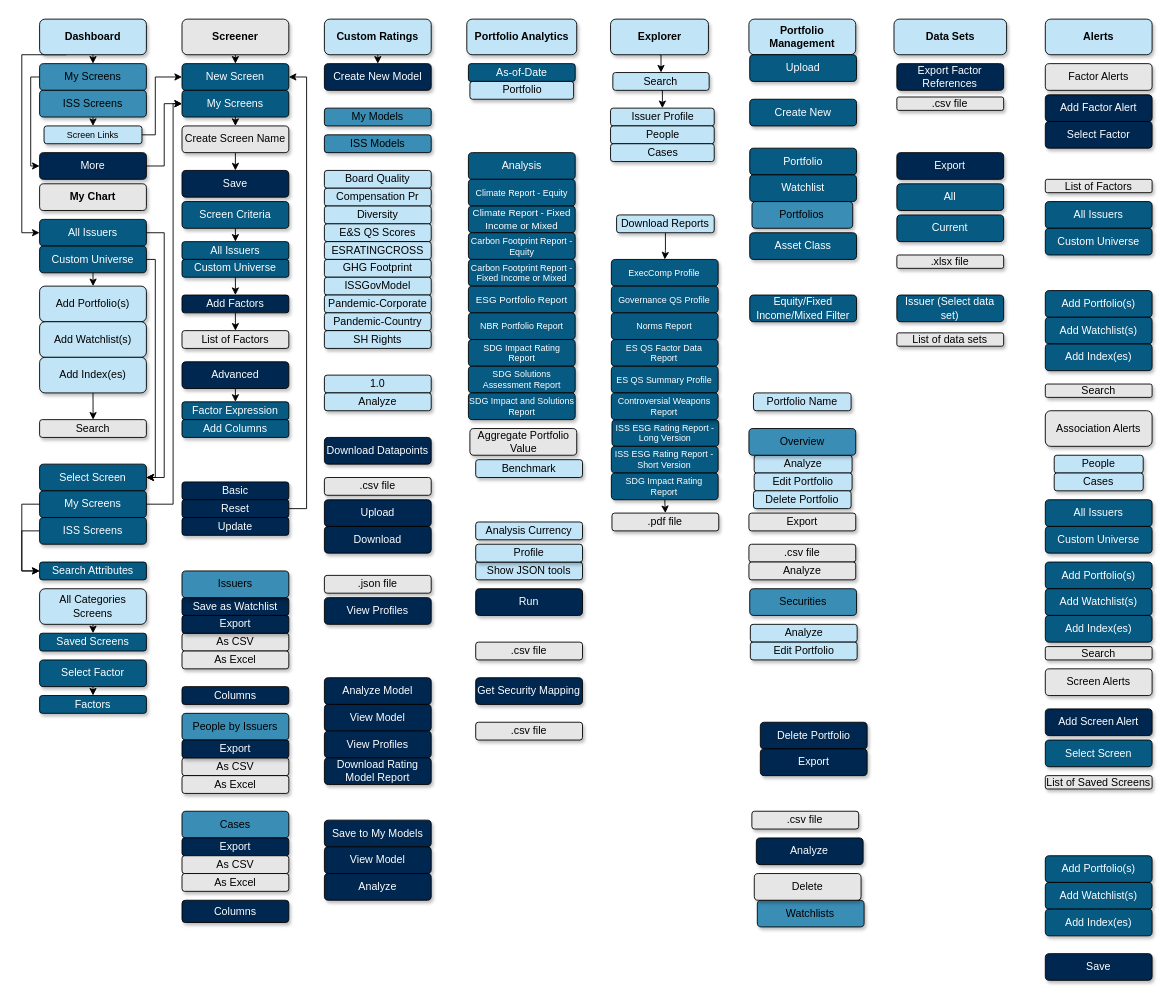
Above: DD_ObsoleteMetadata/DataDeskSitemap.drawio in slingshotdancu/slingshotdancu.github.io (draw.io), before the change. Source tidied: cells renumbered, new cells numbered last; positions are measured from the earlier drawing's top-left corner, leaving out a move shared by most shapes. Both pictures are drawn from the tidied source at 89%, with x=0, y=0 at pixel (21, 19).
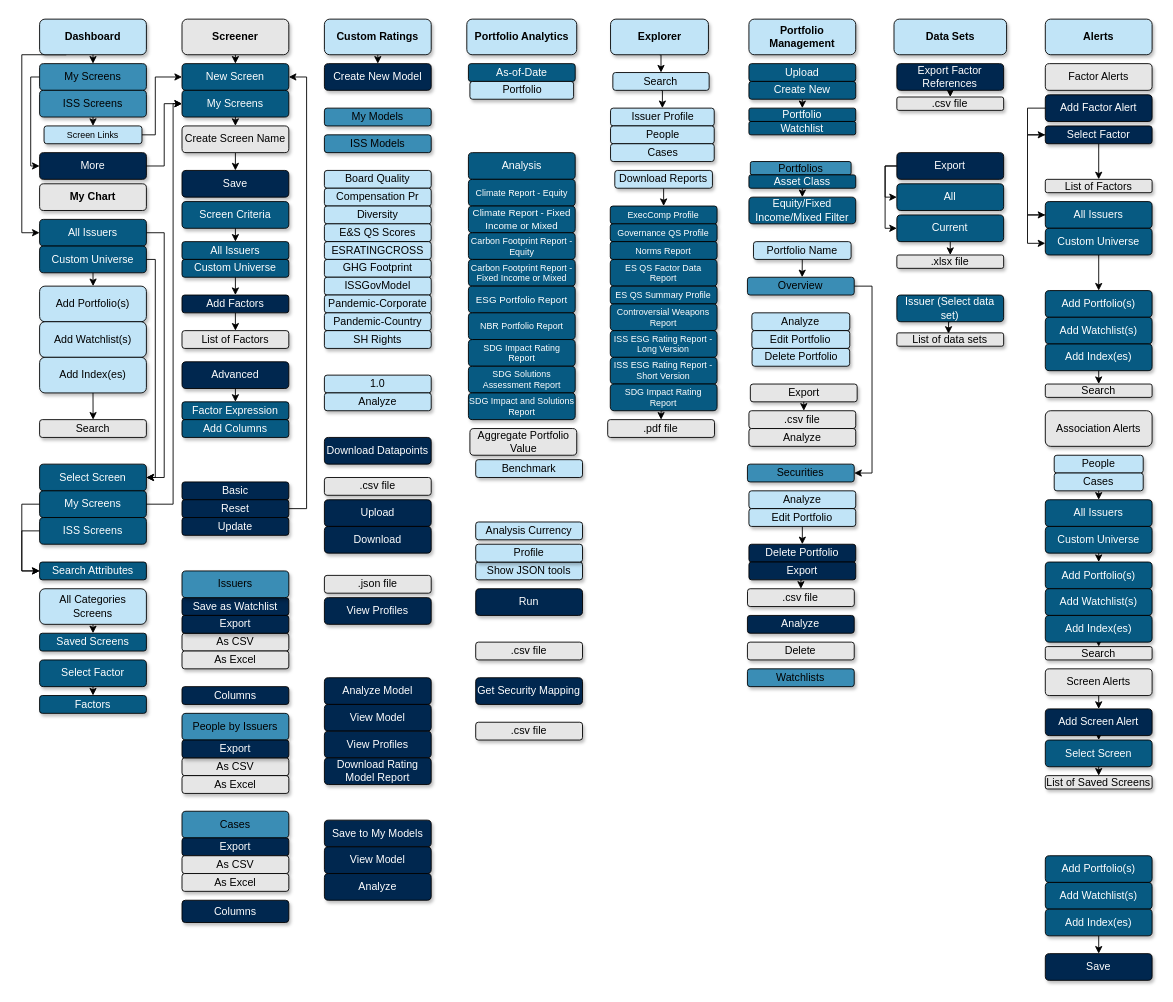
After the change.

The change refers to these unchanged cells:
```xml
<mxCell id="7" style="group;" parent="1" vertex="1">
<mxCell id="10" value="Cases" style="rounded=1;whiteSpace=wrap;html=1;fillColor=#c1e4f7;shadow=1;" parent="7" vertex="1">
<mxCell id="11" value="Add Factor Alert" style="rounded=1;whiteSpace=wrap;html=1;shadow=1;fillColor=#00274f;fontColor=#FFFFFF;" parent="7" vertex="1">
<mxCell id="12" value="Add Screen Alert" style="rounded=1;whiteSpace=wrap;html=1;shadow=1;fillColor=#00274f;fontColor=#FFFFFF;" parent="7" vertex="1">
<mxCell id="13" value="Save" style="rounded=1;whiteSpace=wrap;html=1;shadow=1;fillColor=#00274f;fontColor=#FFFFFF;" parent="7" vertex="1">
<mxCell id="15" value="Select Screen" style="rounded=1;whiteSpace=wrap;html=1;shadow=1;fillColor=#075a82;fontColor=#FFFFFF;" parent="7" vertex="1">
<mxCell id="18" value="Add Portfolio(s)" style="rounded=1;whiteSpace=wrap;html=1;shadow=1;fillColor=#075a82;fontColor=#FFFFFF;" parent="7" vertex="1">
<mxCell id="19" value="All Issuers" style="rounded=1;whiteSpace=wrap;html=1;shadow=1;fillColor=#075a82;fontColor=#FFFFFF;" parent="7" vertex="1">
<mxCell id="21" value="List of Factors" style="rounded=1;whiteSpace=wrap;html=1;shadow=1;fillColor=#E6E6E6;" parent="7" vertex="1">
<mxCell id="24" value="Search" style="rounded=1;whiteSpace=wrap;html=1;shadow=1;fillColor=#E6E6E6;" parent="7" vertex="1">
<mxCell id="26" value="Screen Alerts" style="rounded=1;whiteSpace=wrap;html=1;shadow=1;fillColor=#E6E6E6;" parent="7" vertex="1">
<mxCell id="28" value="Custom Universe" style="rounded=1;whiteSpace=wrap;html=1;shadow=1;fillColor=#075a82;fontColor=#FFFFFF;" parent="7" vertex="1">
<mxCell id="30" value="Add Index(es)" style="rounded=1;whiteSpace=wrap;html=1;shadow=1;fillColor=#075a82;fontColor=#FFFFFF;" parent="7" vertex="1">
<mxCell id="31" value="Custom Universe" style="rounded=1;whiteSpace=wrap;html=1;shadow=1;fillColor=#075a82;fontColor=#FFFFFF;" parent="7" vertex="1">
<mxCell id="33" value="Add Index(es)" style="rounded=1;whiteSpace=wrap;html=1;shadow=1;fillColor=#075a82;fontColor=#FFFFFF;" parent="7" vertex="1">
<mxCell id="35" value="Add Index(es)" style="rounded=1;whiteSpace=wrap;html=1;shadow=1;fillColor=#075a82;fontColor=#FFFFFF;" parent="7" vertex="1">
<mxCell id="36" style="group;" parent="1" vertex="1">
<mxCell id="38" value="Export" style="rounded=1;whiteSpace=wrap;html=1;shadow=1;fillColor=#00274f;fontColor=#FFFFFF;" parent="36" vertex="1">
<mxCell id="39" value="Export Factor References" style="rounded=1;whiteSpace=wrap;html=1;shadow=1;fillColor=#00274f;fontColor=#FFFFFF;" parent="36" vertex="1">
<mxCell id="40" value="All" style="rounded=1;whiteSpace=wrap;html=1;shadow=1;fillColor=#075a82;fontColor=#FFFFFF;" parent="36" vertex="1">
<mxCell id="41" value="Current" style="rounded=1;whiteSpace=wrap;html=1;shadow=1;fillColor=#075a82;fontColor=#FFFFFF;" parent="36" vertex="1">
<mxCell id="42" value="Issuer (Select data set)" style="rounded=1;whiteSpace=wrap;html=1;shadow=1;fillColor=#075a82;fontColor=#FFFFFF;" parent="36" vertex="1">
<mxCell id="43" value="List of data sets" style="rounded=1;whiteSpace=wrap;html=1;shadow=1;fillColor=#E6E6E6;" parent="36" vertex="1">
<mxCell id="44" value=".xlsx file" style="rounded=1;whiteSpace=wrap;html=1;shadow=1;fillColor=#E6E6E6;" parent="36" vertex="1">
<mxCell id="45" value=".csv file" style="rounded=1;whiteSpace=wrap;html=1;shadow=1;fillColor=#E6E6E6;" parent="36" vertex="1">
<mxCell id="46" style="group;" parent="1" vertex="1">
<mxCell id="72" style="group;fontSize=10;" parent="1" vertex="1">
```

Change to the diagram source:
```diff
@@
+    <mxCell id="218" style="edgeStyle=orthogonalEdgeStyle;rounded=0;jettySize=auto;html=1;exitX=0;exitY=0.5;exitDx=0;exitDy=0;entryX=0;entryY=0.5;entryDx=0;entryDy=0;" parent="7" edge="1" source="11" target="27">
+      <mxGeometry relative="1" as="geometry">
+        <Array as="points">
+          <mxPoint x="-10" y="100" />
+          <mxPoint x="-10" y="130" />
+        </Array>
+      </mxGeometry>
+    </mxCell>
@@
+    <mxCell id="219" style="edgeStyle=orthogonalEdgeStyle;rounded=0;jettySize=auto;html=1;exitX=0.5;exitY=1;exitDx=0;exitDy=0;entryX=0.5;entryY=0;entryDx=0;entryDy=0;" parent="7" edge="1" source="12" target="15">
+      <mxGeometry relative="1" as="geometry" />
+    </mxCell>
@@
+    <mxCell id="220" style="edgeStyle=orthogonalEdgeStyle;rounded=0;jettySize=auto;html=1;exitX=0;exitY=0.5;exitDx=0;exitDy=0;entryX=0;entryY=0.563;entryDx=0;entryDy=0;entryPerimeter=0;" parent="7" edge="1" source="19" target="28">
+      <mxGeometry relative="1" as="geometry">
+        <Array as="points">
+          <mxPoint x="-10" y="220" />
+          <mxPoint x="-10" y="252" />
+        </Array>
+      </mxGeometry>
+    </mxCell>
@@
+    <mxCell id="221" style="edgeStyle=orthogonalEdgeStyle;rounded=0;jettySize=auto;html=1;exitX=0.5;exitY=1;exitDx=0;exitDy=0;entryX=0.5;entryY=0;entryDx=0;entryDy=0;" parent="7" edge="1" source="26" target="12">
+      <mxGeometry relative="1" as="geometry" />
+    </mxCell>
@@
+    <mxCell id="222" style="edgeStyle=orthogonalEdgeStyle;rounded=0;jettySize=auto;html=1;exitX=0.5;exitY=1;exitDx=0;exitDy=0;entryX=0.5;entryY=0;entryDx=0;entryDy=0;" parent="7" edge="1" source="27" target="21">
+      <mxGeometry relative="1" as="geometry" />
+    </mxCell>
+    <mxCell id="223" style="edgeStyle=orthogonalEdgeStyle;rounded=0;jettySize=auto;html=1;exitX=0;exitY=0.5;exitDx=0;exitDy=0;entryX=0;entryY=0.5;entryDx=0;entryDy=0;" parent="7" edge="1" source="27" target="19">
+      <mxGeometry relative="1" as="geometry" />
+    </mxCell>
     <mxCell id="27" value="Select Factor" style="rounded=1;whiteSpace=wrap;html=1;shadow=1;fillColor=#00274f;fontColor=#FFFFFF;" parent="7" vertex="1">
-      <mxGeometry x="10" y="115" width="120" height="30" as="geometry" />
+      <mxGeometry x="10" y="120" width="120" height="20" as="geometry" />
     </mxCell>
+    <mxCell id="224" style="edgeStyle=orthogonalEdgeStyle;rounded=0;jettySize=auto;html=1;exitX=0.5;exitY=1;exitDx=0;exitDy=0;entryX=0.5;entryY=0;entryDx=0;entryDy=0;" parent="7" edge="1" source="28" target="18">
+      <mxGeometry relative="1" as="geometry" />
+    </mxCell>
@@
+    <mxCell id="225" style="edgeStyle=orthogonalEdgeStyle;rounded=0;jettySize=auto;html=1;exitX=0.5;exitY=1;exitDx=0;exitDy=0;entryX=0.5;entryY=0;entryDx=0;entryDy=0;" parent="7" edge="1" source="33" target="24">
+      <mxGeometry relative="1" as="geometry" />
+    </mxCell>
@@
+    <mxCell id="226" style="edgeStyle=orthogonalEdgeStyle;rounded=0;jettySize=auto;html=1;exitX=0.5;exitY=1;exitDx=0;exitDy=0;entryX=0.5;entryY=0;entryDx=0;entryDy=0;" parent="7" edge="1" source="35" target="13">
+      <mxGeometry relative="1" as="geometry" />
+    </mxCell>
@@
+    <mxCell id="227" style="edgeStyle=orthogonalEdgeStyle;rounded=0;jettySize=auto;html=1;exitX=0;exitY=0.5;exitDx=0;exitDy=0;entryX=0;entryY=0.5;entryDx=0;entryDy=0;" parent="36" edge="1" source="38" target="40">
+      <mxGeometry relative="1" as="geometry">
+        <Array as="points">
+          <mxPoint x="-10" y="165" />
+          <mxPoint x="-10" y="200" />
+        </Array>
+      </mxGeometry>
+    </mxCell>
+    <mxCell id="228" style="edgeStyle=orthogonalEdgeStyle;rounded=0;jettySize=auto;html=1;exitX=0;exitY=0.5;exitDx=0;exitDy=0;entryX=0;entryY=0.5;entryDx=0;entryDy=0;" parent="36" edge="1" source="38" target="41">
+      <mxGeometry relative="1" as="geometry">
+        <Array as="points">
+          <mxPoint x="-10" y="165" />
+          <mxPoint x="-10" y="235" />
+        </Array>
+      </mxGeometry>
+    </mxCell>
@@
+    <mxCell id="229" style="edgeStyle=orthogonalEdgeStyle;rounded=0;jettySize=auto;html=1;exitX=0.5;exitY=1;exitDx=0;exitDy=0;entryX=0.5;entryY=0;entryDx=0;entryDy=0;" parent="36" edge="1" source="39" target="45">
+      <mxGeometry relative="1" as="geometry" />
+    </mxCell>
@@
+    <mxCell id="230" style="edgeStyle=orthogonalEdgeStyle;rounded=0;jettySize=auto;html=1;exitX=0.5;exitY=1;exitDx=0;exitDy=0;entryX=0.5;entryY=0;entryDx=0;entryDy=0;" parent="36" edge="1" source="41" target="44">
+      <mxGeometry relative="1" as="geometry" />
+    </mxCell>
@@
+    <mxCell id="231" style="edgeStyle=orthogonalEdgeStyle;rounded=0;jettySize=auto;html=1;exitX=0.5;exitY=1;exitDx=0;exitDy=0;entryX=0.484;entryY=0.07;entryDx=0;entryDy=0;entryPerimeter=0;" parent="36" edge="1" source="42" target="43">
+      <mxGeometry relative="1" as="geometry" />
+    </mxCell>
@@
     <mxCell id="48" value="Portfolio Name" style="rounded=1;whiteSpace=wrap;html=1;fillColor=#c1e4f7;shadow=1;" parent="46" vertex="1">
-      <mxGeometry x="5.1" y="420" width="109.7" height="20" as="geometry" />
+      <mxGeometry x="5.1" y="250" width="109.7" height="20" as="geometry" />
     </mxCell>
     <mxCell id="49" value="Analyze" style="rounded=1;whiteSpace=wrap;html=1;fillColor=#c1e4f7;shadow=1;" parent="46" vertex="1">
-      <mxGeometry x="5.9" y="490" width="110" height="20" as="geometry" />
+      <mxGeometry x="3.3" y="330" width="110" height="20" as="geometry" />
     </mxCell>
     <mxCell id="50" value="Edit Portfolio" style="rounded=1;whiteSpace=wrap;html=1;fillColor=#c1e4f7;shadow=1;" parent="46" vertex="1">
-      <mxGeometry x="5.9" y="510" width="110" height="20" as="geometry" />
+      <mxGeometry x="3.3" y="350" width="110" height="20" as="geometry" />
     </mxCell>
     <mxCell id="51" value="Delete Portfolio" style="rounded=1;whiteSpace=wrap;html=1;fillColor=#c1e4f7;shadow=1;" parent="46" vertex="1">
-      <mxGeometry x="5.1" y="530" width="109.7" height="20" as="geometry" />
+      <mxGeometry x="3.5" y="370" width="109.7" height="20" as="geometry" />
     </mxCell>
     <mxCell id="52" value="Analyze" style="rounded=1;whiteSpace=wrap;html=1;fillColor=#c1e4f7;shadow=1;" parent="46" vertex="1">
-      <mxGeometry x="1.6" y="680" width="120" height="20" as="geometry" />
+      <mxGeometry y="530" width="120" height="20" as="geometry" />
     </mxCell>
+    <mxCell id="232" style="edgeStyle=orthogonalEdgeStyle;rounded=0;jettySize=auto;html=1;exitX=0.5;exitY=1;exitDx=0;exitDy=0;entryX=0.5;entryY=0;entryDx=0;entryDy=0;" parent="46" edge="1" source="53" target="58">
+      <mxGeometry relative="1" as="geometry" />
+    </mxCell>
     <mxCell id="53" value="Edit Portfolio" style="rounded=1;whiteSpace=wrap;html=1;fillColor=#c1e4f7;shadow=1;" parent="46" vertex="1">
-      <mxGeometry x="1.6" y="700" width="120" height="20" as="geometry" />
+      <mxGeometry y="550" width="120" height="20" as="geometry" />
     </mxCell>
     <mxCell id="54" value="Watchlists" style="rounded=1;whiteSpace=wrap;html=1;shadow=1;fillColor=#3a8db5;" parent="46" vertex="1">
-      <mxGeometry x="9.4" y="990" width="120" height="30" as="geometry" />
+      <mxGeometry x="-1.7" y="730" width="120" height="20" as="geometry" />
     </mxCell>
     <mxCell id="55" value="Securities" style="rounded=1;whiteSpace=wrap;html=1;shadow=1;fillColor=#3a8db5;" parent="46" vertex="1">
-      <mxGeometry x="0.9" y="640" width="120" height="30" as="geometry" />
+      <mxGeometry x="-1.7" y="500" width="120" height="20" as="geometry" />
     </mxCell>
+    <mxCell id="233" style="edgeStyle=orthogonalEdgeStyle;rounded=0;jettySize=auto;html=1;exitX=1;exitY=0.5;exitDx=0;exitDy=0;entryX=1;entryY=0.5;entryDx=0;entryDy=0;" parent="46" edge="1" source="56" target="55">
+      <mxGeometry relative="1" as="geometry" />
+    </mxCell>
     <mxCell id="56" value="Overview" style="rounded=1;whiteSpace=wrap;html=1;shadow=1;fillColor=#3a8db5;" parent="46" vertex="1">
-      <mxGeometry y="460" width="120" height="30" as="geometry" />
+      <mxGeometry x="-1.7" y="290" width="120" height="20" as="geometry" />
     </mxCell>
     <mxCell id="57" value="Analyze" style="rounded=1;whiteSpace=wrap;html=1;shadow=1;fillColor=#00274f;fontColor=#FFFFFF;" parent="46" vertex="1">
-      <mxGeometry x="8.3" y="920" width="120" height="30" as="geometry" />
+      <mxGeometry x="-1.7" y="670" width="120" height="20" as="geometry" />
     </mxCell>
     <mxCell id="58" value="Delete Portfolio" style="rounded=1;whiteSpace=wrap;html=1;shadow=1;fillColor=#00274f;fontColor=#FFFFFF;" parent="46" vertex="1">
-      <mxGeometry x="12.8" y="790" width="120" height="30" as="geometry" />
+      <mxGeometry y="590" width="120" height="20" as="geometry" />
     </mxCell>
     <mxCell id="59" value="Upload" style="rounded=1;whiteSpace=wrap;html=1;shadow=1;fillColor=#075a82;fontColor=#FFFFFF;" parent="46" vertex="1">
-      <mxGeometry x="0.9" y="40" width="120" height="30" as="geometry" />
+      <mxGeometry y="50" width="120" height="20" as="geometry" />
     </mxCell>
+    <mxCell id="234" style="edgeStyle=orthogonalEdgeStyle;rounded=0;jettySize=auto;html=1;exitX=0.5;exitY=1;exitDx=0;exitDy=0;entryX=0.5;entryY=0;entryDx=0;entryDy=0;" parent="46" edge="1" source="60" target="61">
+      <mxGeometry relative="1" as="geometry" />
+    </mxCell>
     <mxCell id="60" value="Create New" style="rounded=1;whiteSpace=wrap;html=1;shadow=1;fillColor=#075a82;fontColor=#FFFFFF;" parent="46" vertex="1">
-      <mxGeometry x="0.9" y="90" width="120" height="30" as="geometry" />
+      <mxGeometry y="70" width="120" height="20" as="geometry" />
     </mxCell>
     <mxCell id="61" value="Portfolio" style="rounded=1;whiteSpace=wrap;html=1;shadow=1;fillColor=#075a82;fontColor=#FFFFFF;" parent="46" vertex="1">
-      <mxGeometry x="0.9" y="145" width="120" height="30" as="geometry" />
+      <mxGeometry y="100" width="120" height="15" as="geometry" />
     </mxCell>
     <mxCell id="62" value="Watchlist" style="rounded=1;whiteSpace=wrap;html=1;shadow=1;fillColor=#075a82;fontColor=#FFFFFF;" parent="46" vertex="1">
-      <mxGeometry x="0.9" y="175" width="120" height="30" as="geometry" />
+      <mxGeometry y="115" width="120" height="15" as="geometry" />
     </mxCell>
     <mxCell id="63" value="Equity/Fixed Income/Mixed Filter" style="rounded=1;whiteSpace=wrap;html=1;shadow=1;fillColor=#075a82;fontColor=#FFFFFF;" parent="46" vertex="1">
-      <mxGeometry x="0.9" y="310" width="120" height="30" as="geometry" />
+      <mxGeometry y="200" width="120" height="30" as="geometry" />
     </mxCell>
     <mxCell id="64" value="Portfolios" style="rounded=1;whiteSpace=wrap;html=1;shadow=1;fillColor=#3a8db5;" parent="46" vertex="1">
-      <mxGeometry x="3.4" y="205" width="113.2" height="30" as="geometry" />
+      <mxGeometry x="1.6" y="160" width="113.2" height="15" as="geometry" />
     </mxCell>
     <mxCell id="65" value="Delete" style="rounded=1;whiteSpace=wrap;html=1;shadow=1;fillColor=#E6E6E6;" parent="46" vertex="1">
-      <mxGeometry x="6" y="960" width="120" height="30" as="geometry" />
+      <mxGeometry x="-1.7" y="700" width="120" height="20" as="geometry" />
     </mxCell>
     <mxCell id="66" value=".csv file" style="rounded=1;whiteSpace=wrap;html=1;shadow=1;fillColor=#E6E6E6;" parent="46" vertex="1">
-      <mxGeometry x="3.3" y="890" width="120" height="20" as="geometry" />
+      <mxGeometry x="-1.6" y="640" width="120" height="20" as="geometry" />
     </mxCell>
     <mxCell id="67" value="Export" style="rounded=1;whiteSpace=wrap;html=1;shadow=1;fillColor=#E6E6E6;" parent="46" vertex="1">
-      <mxGeometry y="555" width="120" height="20" as="geometry" />
+      <mxGeometry x="1.6" y="410" width="120" height="20" as="geometry" />
     </mxCell>
     <mxCell id="68" value=".csv file" style="rounded=1;whiteSpace=wrap;html=1;shadow=1;fillColor=#E6E6E6;" parent="46" vertex="1">
-      <mxGeometry y="590" width="120" height="20" as="geometry" />
+      <mxGeometry y="440" width="120" height="20" as="geometry" />
     </mxCell>
     <mxCell id="69" value="Analyze" style="rounded=1;whiteSpace=wrap;html=1;shadow=1;fillColor=#E6E6E6;" parent="46" vertex="1">
-      <mxGeometry y="610" width="120" height="20" as="geometry" />
+      <mxGeometry y="460" width="120" height="20" as="geometry" />
     </mxCell>
+    <mxCell id="235" style="edgeStyle=orthogonalEdgeStyle;rounded=0;jettySize=auto;html=1;exitX=0.5;exitY=1;exitDx=0;exitDy=0;entryX=0.5;entryY=0;entryDx=0;entryDy=0;" parent="46" edge="1" source="70" target="63">
+      <mxGeometry relative="1" as="geometry" />
+    </mxCell>
     <mxCell id="70" value="Asset Class" style="rounded=1;whiteSpace=wrap;html=1;shadow=1;fillColor=#075a82;fontColor=#FFFFFF;" parent="46" vertex="1">
-      <mxGeometry x="0.9" y="240" width="120" height="30" as="geometry" />
+      <mxGeometry y="175" width="120" height="15" as="geometry" />
     </mxCell>
+    <mxCell id="236" style="edgeStyle=orthogonalEdgeStyle;rounded=0;jettySize=auto;html=1;exitX=0.5;exitY=1;exitDx=0;exitDy=0;entryX=0.5;entryY=0;entryDx=0;entryDy=0;" parent="46" edge="1" source="71" target="66">
+      <mxGeometry relative="1" as="geometry" />
+    </mxCell>
     <mxCell id="71" value="Export" style="rounded=1;whiteSpace=wrap;html=1;shadow=1;fillColor=#00274f;fontColor=#FFFFFF;" parent="46" vertex="1">
-      <mxGeometry x="12.8" y="820" width="120" height="30" as="geometry" />
+      <mxGeometry y="610" width="120" height="20" as="geometry" />
     </mxCell>
@@
     <mxCell id="77" style="edgeStyle=orthogonalEdgeStyle;rounded=0;jettySize=auto;html=1;exitX=0.5;exitY=1;exitDx=0;exitDy=0;fontSize=10;fontColor=#FFFFFF;" parent="72" edge="1" source="78" target="84">
-      <mxGeometry relative="1" as="geometry" />
+      <mxGeometry relative="1" as="geometry">
+        <Array as="points">
+          <mxPoint x="61" y="230" />
+          <mxPoint x="62" y="230" />
+        </Array>
+      </mxGeometry>
     </mxCell>
     <mxCell id="78" value="Download Reports" style="rounded=1;whiteSpace=wrap;html=1;fillColor=#c1e4f7;shadow=1;" parent="72" vertex="1">
-      <mxGeometry x="8.3" y="220" width="109.7" height="20" as="geometry" />
+      <mxGeometry x="6.3" y="170" width="109.7" height="20" as="geometry" />
     </mxCell>
@@
-    <mxCell id="82" value="ISS ESG Rating Report - Long Version" style="rounded=1;whiteSpace=wrap;html=1;shadow=1;fillColor=#075a82;fontColor=#FFFFFF;fontSize=10;" parent="72" vertex="1">
-      <mxGeometry x="3.1" y="450" width="120" height="30" as="geometry" />
-    </mxCell>
-    <mxCell id="83" value="ISS ESG Rating Report - Short Version" style="rounded=1;whiteSpace=wrap;html=1;shadow=1;fillColor=#075a82;fontColor=#FFFFFF;fontSize=10;" parent="72" vertex="1">
-      <mxGeometry x="2.4" y="480" width="120" height="30" as="geometry" />
-    </mxCell>
     <mxCell id="84" value="ExecComp Profile" style="rounded=1;whiteSpace=wrap;html=1;shadow=1;fillColor=#075a82;fontColor=#FFFFFF;fontSize=10;" parent="72" vertex="1">
-      <mxGeometry x="2.4" y="270" width="120" height="30" as="geometry" />
+      <mxGeometry x="1.2" y="210" width="120" height="20" as="geometry" />
     </mxCell>
     <mxCell id="85" value=".pdf file" style="rounded=1;whiteSpace=wrap;html=1;shadow=1;fillColor=#E6E6E6;" parent="72" vertex="1">
-      <mxGeometry x="3.1" y="555" width="120" height="20" as="geometry" />
+      <mxGeometry x="-1.7" y="450" width="120" height="20" as="geometry" />
     </mxCell>
     <mxCell id="86" value="Governance QS Profile" style="rounded=1;whiteSpace=wrap;html=1;shadow=1;fillColor=#075a82;fontColor=#FFFFFF;fontSize=10;" parent="72" vertex="1">
-      <mxGeometry x="2.4" y="300" width="120" height="30" as="geometry" />
+      <mxGeometry x="1.2" y="230" width="120" height="20" as="geometry" />
     </mxCell>
     <mxCell id="87" value="Norms Report" style="rounded=1;whiteSpace=wrap;html=1;shadow=1;fillColor=#075a82;fontColor=#FFFFFF;fontSize=10;" parent="72" vertex="1">
-      <mxGeometry x="2.4" y="330" width="120" height="30" as="geometry" />
+      <mxGeometry x="1.2" y="250" width="120" height="20" as="geometry" />
     </mxCell>
     <mxCell id="88" value="ES QS Factor Data Report" style="rounded=1;whiteSpace=wrap;html=1;shadow=1;fillColor=#075a82;fontColor=#FFFFFF;fontSize=10;" parent="72" vertex="1">
-      <mxGeometry x="2.4" y="360" width="120" height="30" as="geometry" />
+      <mxGeometry x="1.2" y="270" width="120" height="30" as="geometry" />
     </mxCell>
     <mxCell id="89" value="ES QS Summary Profile" style="rounded=1;whiteSpace=wrap;html=1;shadow=1;fillColor=#075a82;fontColor=#FFFFFF;fontSize=10;" parent="72" vertex="1">
-      <mxGeometry x="2.4" y="390" width="120" height="30" as="geometry" />
+      <mxGeometry x="1.2" y="300" width="120" height="20" as="geometry" />
     </mxCell>
     <mxCell id="90" value="Controversial Weapons Report" style="rounded=1;whiteSpace=wrap;html=1;shadow=1;fillColor=#075a82;fontColor=#FFFFFF;fontSize=10;" parent="72" vertex="1">
-      <mxGeometry x="2.4" y="420" width="120" height="30" as="geometry" />
+      <mxGeometry x="1.2" y="320" width="120" height="30" as="geometry" />
     </mxCell>
@@
+    <mxCell id="82" value="ISS ESG Rating Report - Long Version" style="rounded=1;whiteSpace=wrap;html=1;shadow=1;fillColor=#075a82;fontColor=#FFFFFF;fontSize=10;" parent="72" vertex="1">
+      <mxGeometry x="1.2" y="350" width="120" height="30" as="geometry" />
+    </mxCell>
+    <mxCell id="83" value="ISS ESG Rating Report - Short Version" style="rounded=1;whiteSpace=wrap;html=1;shadow=1;fillColor=#075a82;fontColor=#FFFFFF;fontSize=10;" parent="72" vertex="1">
+      <mxGeometry x="1.2" y="380" width="120" height="30" as="geometry" />
+    </mxCell>
     <mxCell id="92" value="SDG Impact Rating Report" style="rounded=1;whiteSpace=wrap;html=1;shadow=1;fillColor=#075a82;fontColor=#FFFFFF;fontSize=10;" parent="72" vertex="1">
-      <mxGeometry x="2.4" y="510" width="120" height="30" as="geometry" />
+      <mxGeometry x="1.2" y="410" width="120" height="30" as="geometry" />
     </mxCell>
@@
+    <mxCell id="237" style="edgeStyle=orthogonalEdgeStyle;rounded=0;jettySize=auto;html=1;exitX=0.5;exitY=1;exitDx=0;exitDy=0;" parent="1" edge="1" source="30">
+      <mxGeometry relative="1" as="geometry">
+        <mxPoint x="1210" y="410" as="targetPoint" />
+      </mxGeometry>
+    </mxCell>
+    <mxCell id="238" style="edgeStyle=orthogonalEdgeStyle;rounded=0;jettySize=auto;html=1;exitX=0.5;exitY=1;exitDx=0;exitDy=0;" parent="1" edge="1" source="10">
+      <mxGeometry relative="1" as="geometry">
+        <mxPoint x="1210" y="540" as="targetPoint" />
+      </mxGeometry>
+    </mxCell>
+    <mxCell id="239" style="edgeStyle=orthogonalEdgeStyle;rounded=0;jettySize=auto;html=1;exitX=0.5;exitY=1;exitDx=0;exitDy=0;" parent="1" edge="1" source="31">
+      <mxGeometry relative="1" as="geometry">
+        <mxPoint x="1210" y="610" as="targetPoint" />
+      </mxGeometry>
+    </mxCell>
+    <mxCell id="240" style="edgeStyle=orthogonalEdgeStyle;rounded=0;jettySize=auto;html=1;exitX=0.5;exitY=1;exitDx=0;exitDy=0;" parent="1" edge="1" source="15">
+      <mxGeometry relative="1" as="geometry">
+        <mxPoint x="1210" y="850" as="targetPoint" />
+      </mxGeometry>
+    </mxCell>
+    <mxCell id="241" style="edgeStyle=orthogonalEdgeStyle;rounded=0;jettySize=auto;html=1;exitX=0.5;exitY=1;exitDx=0;exitDy=0;" parent="1" edge="1" source="48">
+      <mxGeometry relative="1" as="geometry">
+        <mxPoint x="876.8" y="290" as="targetPoint" />
+      </mxGeometry>
+    </mxCell>
+    <mxCell id="242" style="edgeStyle=orthogonalEdgeStyle;rounded=0;jettySize=auto;html=1;exitX=0.5;exitY=1;exitDx=0;exitDy=0;" parent="1" edge="1" source="67">
+      <mxGeometry relative="1" as="geometry">
+        <mxPoint x="878.7" y="440" as="targetPoint" />
+      </mxGeometry>
+    </mxCell>
```
